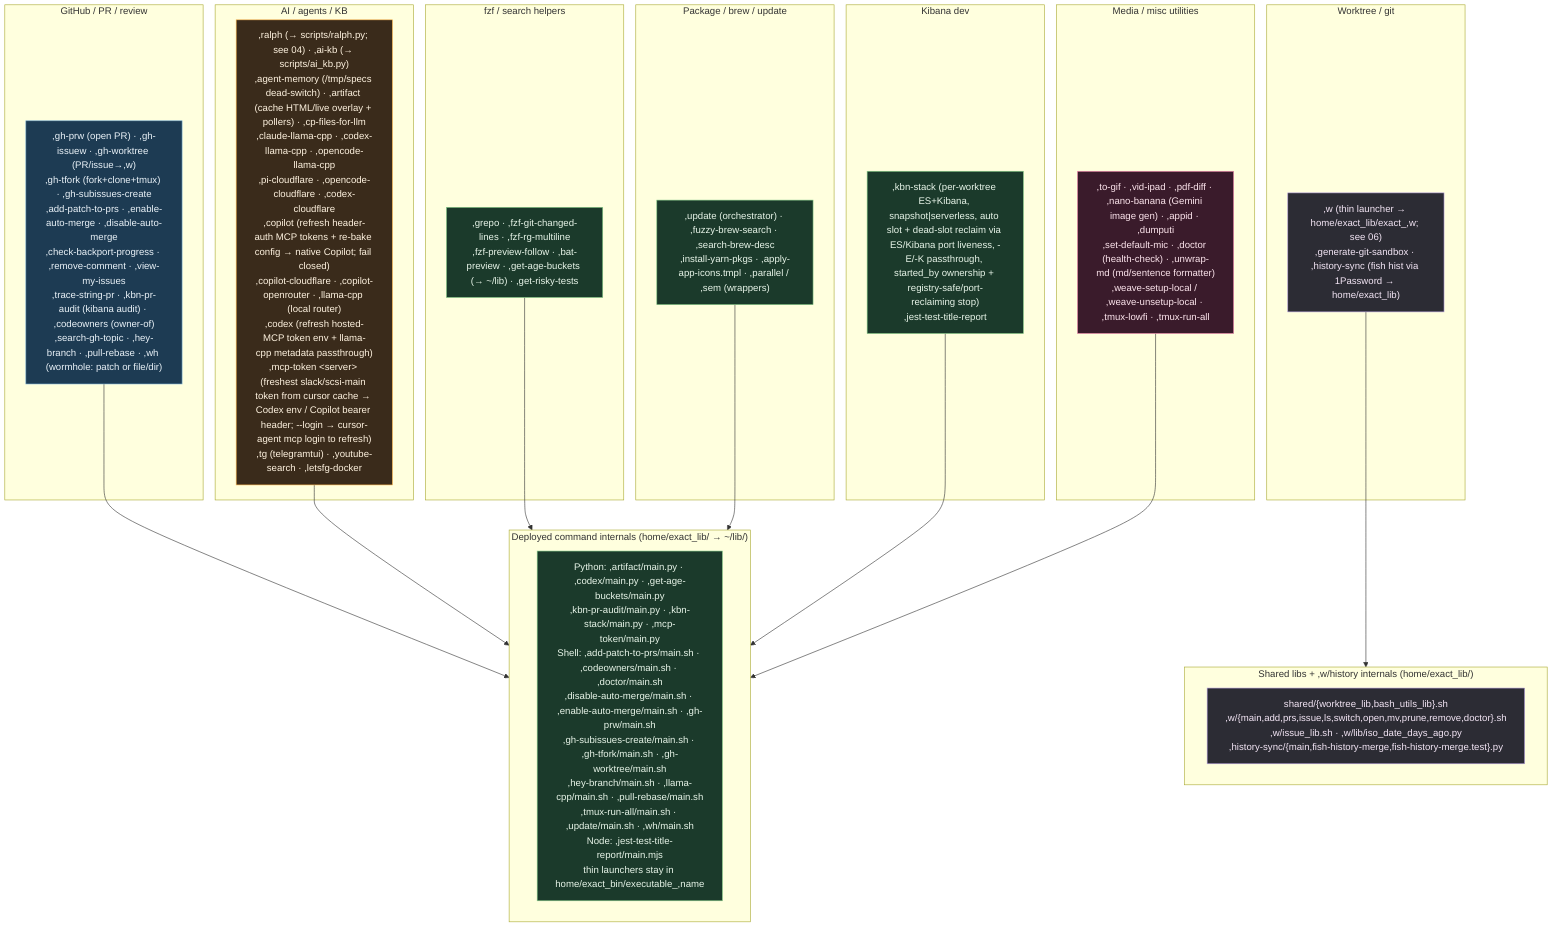
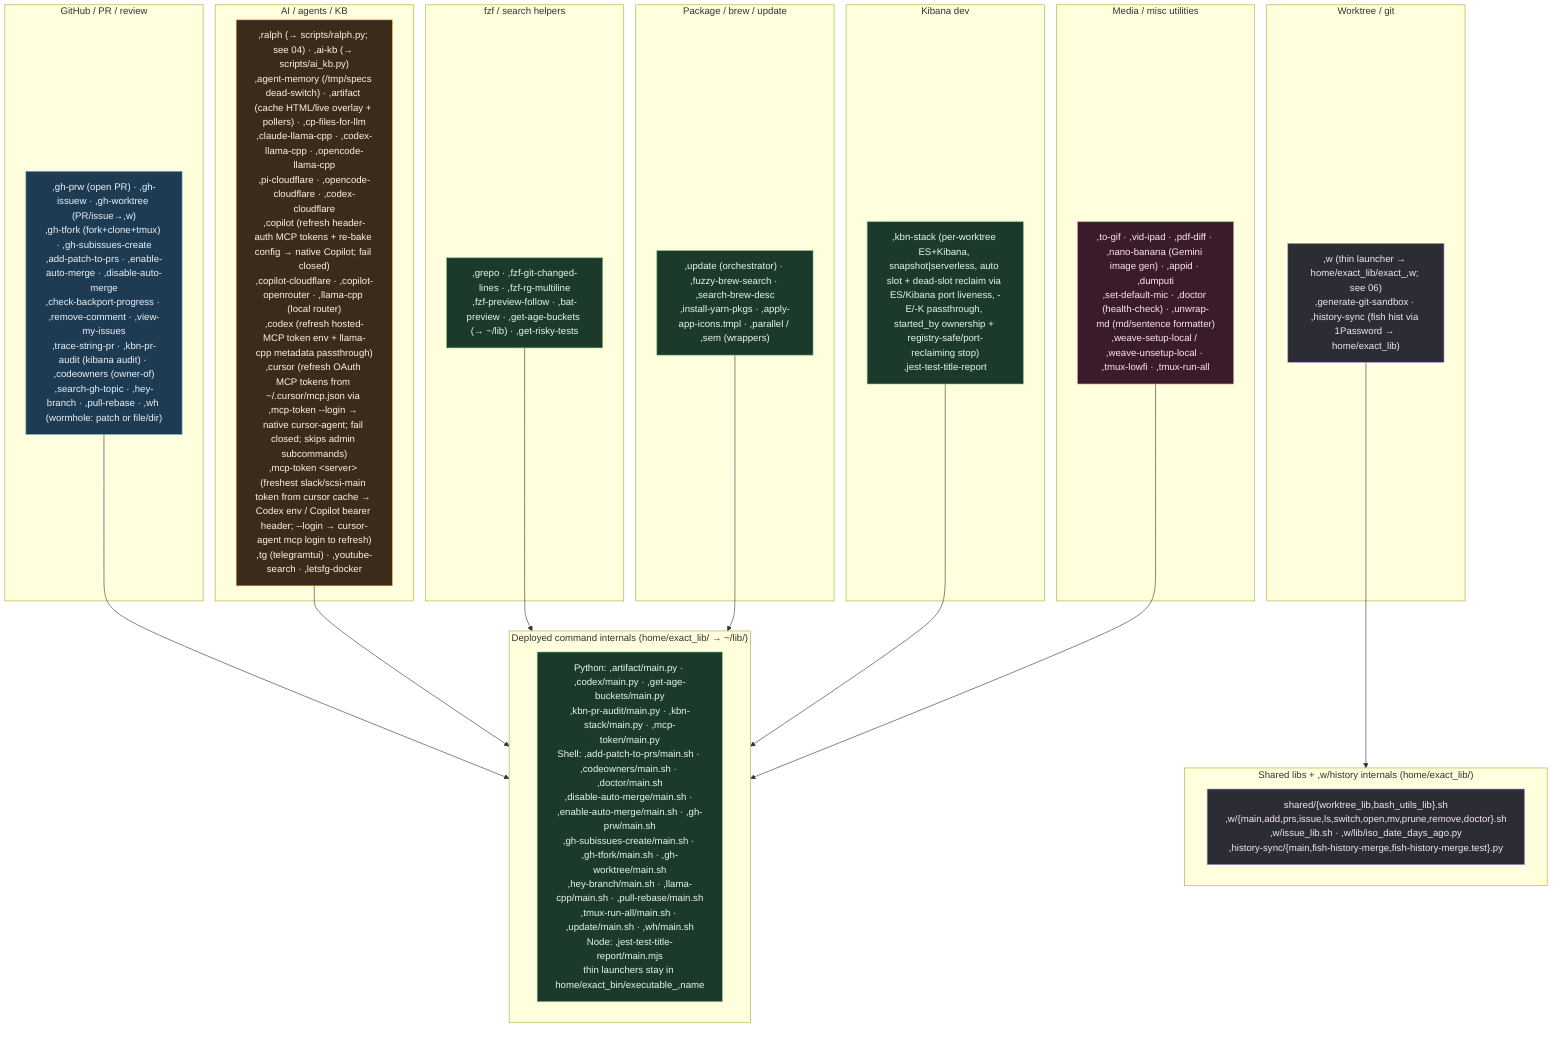
%% ============================================================================
- %% 07c-bin-commands.mmd — Every thin command in home/exact_bin/ (70 thin commands)
+ %% 07c-bin-commands.mmd — Every thin command in home/exact_bin/ (71 thin commands)
%% plus deployed internals in home/exact_lib/ (40 command/shared library files).
%% executable_,* → ~/bin/,* (comma-prefixed user commands); home/exact_lib/exact_,name/
%% → ~/lib/,name/. verify-bin-surface keeps each command covered by fish
%% completions, docs, catalog, and non-orphaned command libraries.
%% ============================================================================
flowchart TB
    classDef gh fill:#1d3b53,stroke:#7fb3d5,color:#eaf2f8;
    classDef wt fill:#2c2c34,stroke:#b39ddb,color:#f3e5f5;
    classDef ai fill:#3a2b1b,stroke:#ffb74d,color:#fff3e0;
    classDef media fill:#3a1b2b,stroke:#f48fb1,color:#fce4ec;
    classDef sys fill:#1b3a2b,stroke:#81c784,color:#e8f5e9;

    subgraph GHC["GitHub / PR / review"]
        G[",gh-prw (open PR) · ,gh-issuew · ,gh-worktree (PR/issue→,w)<br/>,gh-tfork (fork+clone+tmux) · ,gh-subissues-create<br/>,add-patch-to-prs · ,enable-auto-merge · ,disable-auto-merge<br/>,check-backport-progress · ,remove-comment · ,view-my-issues<br/>,trace-string-pr · ,kbn-pr-audit (kibana audit) · ,codeowners (owner-of)<br/>,search-gh-topic · ,hey-branch · ,pull-rebase · ,wh (wormhole: patch or file/dir)"]:::gh
    end

    subgraph WTC["Worktree / git"]
        W[",w (thin launcher → home/exact_lib/exact_,w; see 06)<br/>,generate-git-sandbox · ,history-sync (fish hist via 1Password → home/exact_lib)"]:::wt
    end

    subgraph AIC["AI / agents / KB"]
-         A[",ralph (→ scripts/ralph.py; see 04) · ,ai-kb (→ scripts/ai_kb.py)<br/>,agent-memory (/tmp/specs dead-switch) · ,artifact (cache HTML/live overlay + pollers) · ,cp-files-for-llm<br/>,claude-llama-cpp · ,codex-llama-cpp · ,opencode-llama-cpp<br/>,pi-cloudflare · ,opencode-cloudflare · ,codex-cloudflare<br/>,copilot (refresh header-auth MCP tokens + re-bake config → native Copilot; fail closed)<br/>,copilot-cloudflare · ,copilot-openrouter · ,llama-cpp (local router)<br/>,codex (refresh hosted-MCP token env + llama-cpp metadata passthrough)<br/>,mcp-token &lt;server&gt; (freshest slack/scsi-main token from cursor cache → Codex env / Copilot bearer header; --login → cursor-agent mcp login to refresh)<br/>,tg (telegramtui) · ,youtube-search · ,letsfg-docker"]:::ai
+         A[",ralph (→ scripts/ralph.py; see 04) · ,ai-kb (→ scripts/ai_kb.py)<br/>,agent-memory (/tmp/specs dead-switch) · ,artifact (cache HTML/live overlay + pollers) · ,cp-files-for-llm<br/>,claude-llama-cpp · ,codex-llama-cpp · ,opencode-llama-cpp<br/>,pi-cloudflare · ,opencode-cloudflare · ,codex-cloudflare<br/>,copilot (refresh header-auth MCP tokens + re-bake config → native Copilot; fail closed)<br/>,copilot-cloudflare · ,copilot-openrouter · ,llama-cpp (local router)<br/>,codex (refresh hosted-MCP token env + llama-cpp metadata passthrough)<br/>,cursor (refresh OAuth MCP tokens from ~/.cursor/mcp.json via ,mcp-token --login → native cursor-agent; fail closed; skips admin subcommands)<br/>,mcp-token &lt;server&gt; (freshest slack/scsi-main token from cursor cache → Codex env / Copilot bearer header; --login → cursor-agent mcp login to refresh)<br/>,tg (telegramtui) · ,youtube-search · ,letsfg-docker"]:::ai
    end

    subgraph FZFC["fzf / search helpers"]
        F[",grepo · ,fzf-git-changed-lines · ,fzf-rg-multiline<br/>,fzf-preview-follow · ,bat-preview · ,get-age-buckets (→ ~/lib) · ,get-risky-tests"]:::sys
    end

    subgraph PKGC["Package / brew / update"]
        P[",update (orchestrator) · ,fuzzy-brew-search · ,search-brew-desc<br/>,install-yarn-pkgs · ,apply-app-icons.tmpl · ,parallel / ,sem (wrappers)"]:::sys
    end

    subgraph KBNC["Kibana dev"]
        K[",kbn-stack (per-worktree ES+Kibana, snapshot|serverless, auto slot + dead-slot reclaim via ES/Kibana port liveness, -E/-K passthrough, started_by ownership + registry-safe/port-reclaiming stop)<br/>,jest-test-title-report"]:::sys
    end

    subgraph MEDIA["Media / misc utilities"]
        M[",to-gif · ,vid-ipad · ,pdf-diff · ,nano-banana (Gemini image gen) · ,appid · ,dumputi<br/>,set-default-mic · ,doctor (health-check) · ,unwrap-md (md/sentence formatter)<br/>,weave-setup-local / ,weave-unsetup-local · ,tmux-lowfi · ,tmux-run-all"]:::media
    end

    subgraph LIBS["Shared libs + ,w/history internals (home/exact_lib/)"]
        L["shared/{worktree_lib,bash_utils_lib}.sh<br/>,w/{main,add,prs,issue,ls,switch,open,mv,prune,remove,doctor}.sh<br/>,w/issue_lib.sh · ,w/lib/iso_date_days_ago.py<br/>,history-sync/{main,fish-history-merge,fish-history-merge.test}.py"]:::wt
    end
    W --> LIBS

    subgraph CMDLIBS["Deployed command internals (home/exact_lib/ → ~/lib/)"]
        CL["Python: ,artifact/main.py · ,codex/main.py · ,get-age-buckets/main.py<br/>,kbn-pr-audit/main.py · ,kbn-stack/main.py · ,mcp-token/main.py<br/>Shell: ,add-patch-to-prs/main.sh · ,codeowners/main.sh · ,doctor/main.sh<br/>,disable-auto-merge/main.sh · ,enable-auto-merge/main.sh · ,gh-prw/main.sh<br/>,gh-subissues-create/main.sh · ,gh-tfork/main.sh · ,gh-worktree/main.sh<br/>,hey-branch/main.sh · ,llama-cpp/main.sh · ,pull-rebase/main.sh<br/>,tmux-run-all/main.sh · ,update/main.sh · ,wh/main.sh<br/>Node: ,jest-test-title-report/main.mjs<br/>thin launchers stay in home/exact_bin/executable_,name"]:::sys
    end
    G --> CMDLIBS
    A --> CMDLIBS
    F --> CMDLIBS
    P --> CMDLIBS
    K --> CMDLIBS
    M --> CMDLIBS
